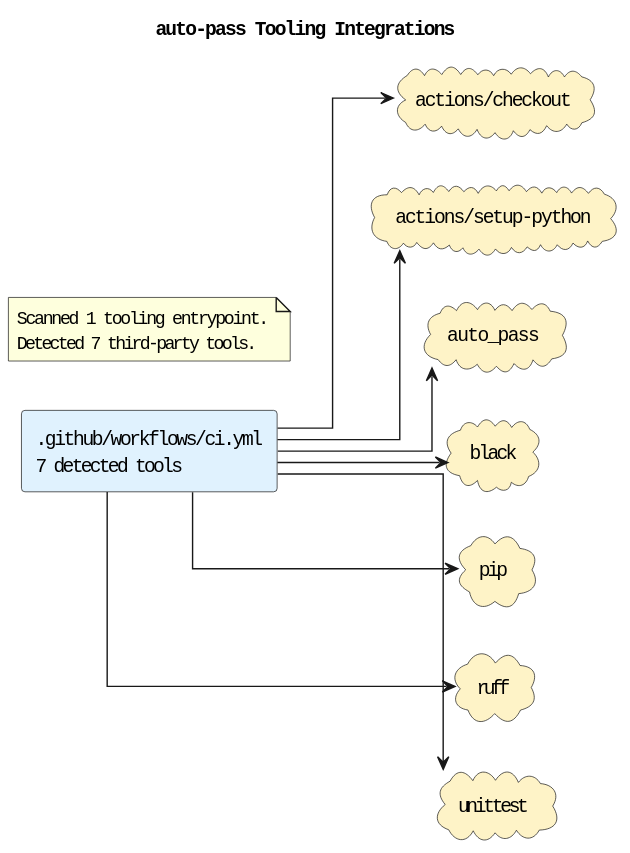
The PlantUML diagram docs/diagrams/tooling-integrations.puml.svg in casonk/auto-pass, before a commit.
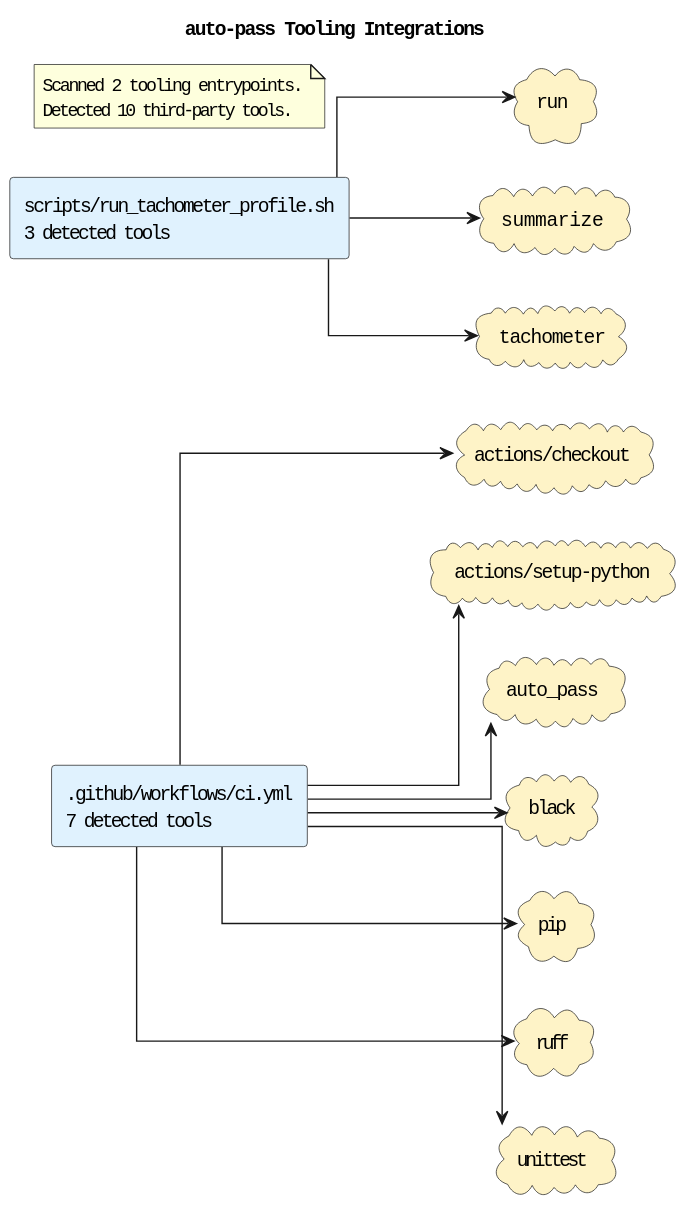
The same file after the commit.

The edit, as a diff of the source:
```diff
@@ -6,12 +6,16 @@
 skinparam componentStyle rectangle
 skinparam linetype ortho
 rectangle ".github/workflows/ci.yml\n7 detected tools" as source_github_workflows_ci_yml #E0F2FE
+rectangle "scripts/run_tachometer_profile.sh\n3 detected tools" as source_scripts_run_tachometer_profile_sh #E0F2FE
 cloud "actions/checkout" as tool_actions_checkout #FEF3C7
 cloud "actions/setup-python" as tool_actions_setup_python #FEF3C7
 cloud "auto_pass" as tool_auto_pass #FEF3C7
 cloud "black" as tool_black #FEF3C7
 cloud "pip" as tool_pip #FEF3C7
 cloud "ruff" as tool_ruff #FEF3C7
+cloud "run" as tool_run #FEF3C7
+cloud "summarize" as tool_summarize #FEF3C7
+cloud "tachometer" as tool_tachometer #FEF3C7
 cloud "unittest" as tool_unittest #FEF3C7
 source_github_workflows_ci_yml --> tool_actions_checkout
 source_github_workflows_ci_yml --> tool_actions_setup_python
@@ -20,8 +24,11 @@
 source_github_workflows_ci_yml --> tool_pip
 source_github_workflows_ci_yml --> tool_ruff
 source_github_workflows_ci_yml --> tool_unittest
+source_scripts_run_tachometer_profile_sh --> tool_run
+source_scripts_run_tachometer_profile_sh --> tool_summarize
+source_scripts_run_tachometer_profile_sh --> tool_tachometer
 note as toolingGraphSummary
-Scanned 1 tooling entrypoint.
-Detected 7 third-party tools.
+Scanned 2 tooling entrypoints.
+Detected 10 third-party tools.
 end note
 @enduml
```
